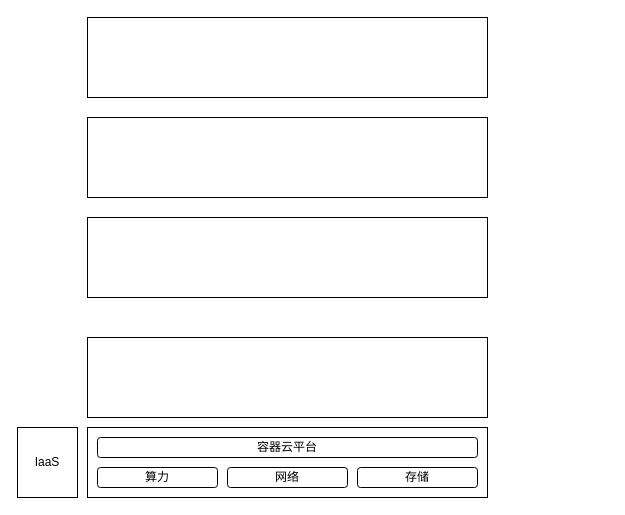
Before: page "第 2 页" (2 of 2) of 大语言模型技术架构.drawio in blackdreamzg/bak, a draw.io diagram. Source tidied: cells renumbered, new cells numbered last; positions are measured from the earlier drawing's top-left corner, leaving out a move shared by most shapes. Both pictures are drawn from the tidied source at 100%, with x=0, y=0 at pixel (17, 17).
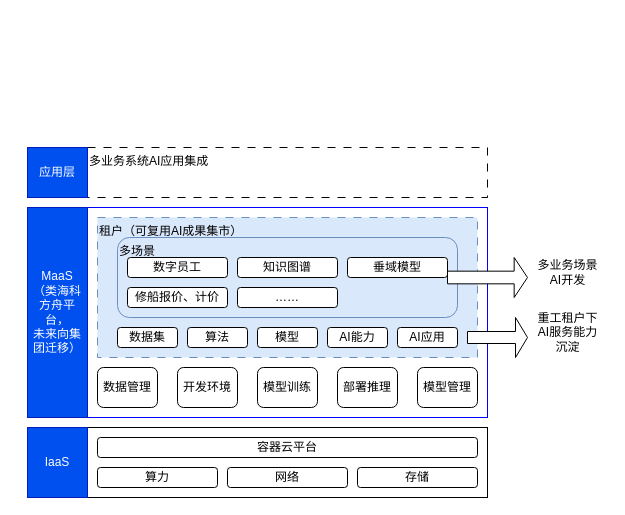
After the change.

Commit message:
更新大语言模型技术架构.drawio

What changed in the source:
```diff
@@
-    <mxCell id="3" style="rounded=0;whiteSpace=wrap;html=1;" parent="1" vertex="1">
-      <mxGeometry x="70" y="320" width="400" height="80" as="geometry" />
+    <mxCell id="3" style="rounded=0;whiteSpace=wrap;html=1;strokeColor=#0000FF;" parent="1" vertex="1">
+      <mxGeometry x="70" y="190" width="400" height="210" as="geometry" />
     </mxCell>
-    <mxCell id="4" style="rounded=0;whiteSpace=wrap;html=1;" parent="1" vertex="1">
-      <mxGeometry x="70" y="200" width="400" height="80" as="geometry" />
+    <mxCell id="4" value="租户（可复用AI成果集市）" style="rounded=0;whiteSpace=wrap;html=1;dashed=1;dashPattern=8 8;verticalAlign=top;align=left;fillColor=#dae8fc;strokeColor=#6c8ebf;" parent="1" vertex="1">
+      <mxGeometry x="80" y="200" width="380" height="140" as="geometry" />
     </mxCell>
-    <mxCell id="5" style="rounded=0;whiteSpace=wrap;html=1;" parent="1" vertex="1">
-      <mxGeometry x="70" y="100" width="400" height="80" as="geometry" />
+    <mxCell id="5" value="多业务系统AI应用集成" style="rounded=0;whiteSpace=wrap;html=1;dashed=1;dashPattern=8 8;align=left;verticalAlign=top;" parent="1" vertex="1">
+      <mxGeometry x="70" y="130" width="400" height="50" as="geometry" />
     </mxCell>
-    <mxCell id="6" style="rounded=0;whiteSpace=wrap;html=1;" parent="1" vertex="1">
-      <mxGeometry x="70" width="400" height="80" as="geometry" />
-    </mxCell>
-    <mxCell id="7" value="IaaS" style="rounded=0;whiteSpace=wrap;html=1;" parent="1" vertex="1">
-      <mxGeometry y="410" width="60" height="70" as="geometry" />
+    <mxCell id="7" value="IaaS" style="rounded=0;whiteSpace=wrap;html=1;fillColor=#0050ef;fontColor=#ffffff;strokeColor=#001DBC;" parent="1" vertex="1">
+      <mxGeometry x="10" y="410" width="60" height="70" as="geometry" />
     </mxCell>
@@
+    <mxCell id="12" value="MaaS&lt;div&gt;&lt;font style=&quot;color: rgb(255, 255, 255);&quot;&gt;（&lt;span style=&quot;text-align: left;&quot;&gt;类海科方舟平台，&lt;br&gt;&lt;/span&gt;&lt;span style=&quot;text-align: left; background-color: transparent;&quot;&gt;未来向集团迁移&lt;/span&gt;）&lt;/font&gt;&lt;/div&gt;" style="rounded=0;whiteSpace=wrap;html=1;fillColor=#0050ef;fontColor=#ffffff;strokeColor=#001DBC;" parent="1" vertex="1">
+      <mxGeometry x="10" y="190" width="60" height="210" as="geometry" />
+    </mxCell>
+    <mxCell id="13" value="数据管理" style="rounded=1;whiteSpace=wrap;html=1;verticalAlign=middle;" parent="1" vertex="1">
+      <mxGeometry x="80" y="350" width="60" height="40" as="geometry" />
+    </mxCell>
+    <mxCell id="14" value="开发环境" style="rounded=1;whiteSpace=wrap;html=1;verticalAlign=middle;" parent="1" vertex="1">
+      <mxGeometry x="160" y="350" width="60" height="40" as="geometry" />
+    </mxCell>
+    <mxCell id="15" value="模型训练" style="rounded=1;whiteSpace=wrap;html=1;verticalAlign=middle;" parent="1" vertex="1">
+      <mxGeometry x="240" y="350" width="60" height="40" as="geometry" />
+    </mxCell>
+    <mxCell id="16" value="部署推理" style="rounded=1;whiteSpace=wrap;html=1;verticalAlign=middle;" parent="1" vertex="1">
+      <mxGeometry x="320" y="350" width="60" height="40" as="geometry" />
+    </mxCell>
+    <mxCell id="17" value="模型管理" style="rounded=1;whiteSpace=wrap;html=1;verticalAlign=middle;" parent="1" vertex="1">
+      <mxGeometry x="400" y="350" width="60" height="40" as="geometry" />
+    </mxCell>
+    <mxCell id="18" value="数据集" style="rounded=1;whiteSpace=wrap;html=1;verticalAlign=middle;" parent="1" vertex="1">
+      <mxGeometry x="100" y="310" width="60" height="20" as="geometry" />
+    </mxCell>
+    <mxCell id="19" value="算法" style="rounded=1;whiteSpace=wrap;html=1;verticalAlign=middle;" parent="1" vertex="1">
+      <mxGeometry x="170" y="310" width="60" height="20" as="geometry" />
+    </mxCell>
+    <mxCell id="20" value="模型" style="rounded=1;whiteSpace=wrap;html=1;verticalAlign=middle;" parent="1" vertex="1">
+      <mxGeometry x="240" y="310" width="60" height="20" as="geometry" />
+    </mxCell>
+    <mxCell id="21" value="AI能力" style="rounded=1;whiteSpace=wrap;html=1;verticalAlign=middle;" parent="1" vertex="1">
+      <mxGeometry x="310" y="310" width="60" height="20" as="geometry" />
+    </mxCell>
+    <mxCell id="22" value="AI应用" style="rounded=1;whiteSpace=wrap;html=1;verticalAlign=middle;" parent="1" vertex="1">
+      <mxGeometry x="380" y="310" width="60" height="20" as="geometry" />
+    </mxCell>
+    <mxCell id="23" value="多场景" style="rounded=1;whiteSpace=wrap;html=1;fillColor=#dae8fc;strokeColor=#6c8ebf;align=left;verticalAlign=top;" parent="1" vertex="1">
+      <mxGeometry x="100" y="220" width="340" height="80" as="geometry" />
+    </mxCell>
+    <mxCell id="24" value="应用层" style="rounded=0;whiteSpace=wrap;html=1;fillColor=#0050ef;fontColor=#ffffff;strokeColor=#001DBC;" parent="1" vertex="1">
+      <mxGeometry x="10" y="130" width="60" height="50" as="geometry" />
+    </mxCell>
+    <mxCell id="25" value="数字员工" style="rounded=1;whiteSpace=wrap;html=1;verticalAlign=middle;" parent="1" vertex="1">
+      <mxGeometry x="110" y="240" width="100" height="20" as="geometry" />
+    </mxCell>
+    <mxCell id="26" value="知识图谱" style="rounded=1;whiteSpace=wrap;html=1;verticalAlign=middle;" parent="1" vertex="1">
+      <mxGeometry x="220" y="240" width="100" height="20" as="geometry" />
+    </mxCell>
+    <mxCell id="27" value="垂域模型" style="rounded=1;whiteSpace=wrap;html=1;verticalAlign=middle;" parent="1" vertex="1">
+      <mxGeometry x="330" y="240" width="100" height="20" as="geometry" />
+    </mxCell>
+    <mxCell id="28" value="……" style="rounded=1;whiteSpace=wrap;html=1;verticalAlign=middle;" parent="1" vertex="1">
+      <mxGeometry x="220" y="270" width="100" height="20" as="geometry" />
+    </mxCell>
+    <mxCell id="29" style="shape=singleArrow;whiteSpace=wrap;html=1;" parent="1" vertex="1">
+      <mxGeometry x="450" y="300" width="60" height="40" as="geometry" />
+    </mxCell>
+    <mxCell id="30" style="shape=singleArrow;whiteSpace=wrap;html=1;arrowWidth=0.3166656494140625;arrowSize=0.16666666666666666;" parent="1" vertex="1">
+      <mxGeometry x="430" y="240" width="80" height="40" as="geometry" />
+    </mxCell>
+    <mxCell id="31" value="重工租户下&lt;div&gt;AI服务能力&lt;/div&gt;&lt;div&gt;沉淀&lt;/div&gt;" style="text;html=1;align=center;verticalAlign=middle;strokeColor=none;fillColor=none;" parent="1" vertex="1">
+      <mxGeometry x="510" y="285" width="80" height="60" as="geometry" />
+    </mxCell>
+    <mxCell id="32" value="多业务场景&lt;div&gt;AI开发&lt;/div&gt;" style="text;html=1;align=center;verticalAlign=middle;strokeColor=none;fillColor=none;" parent="1" vertex="1">
+      <mxGeometry x="510" y="235" width="80" height="40" as="geometry" />
+    </mxCell>
+    <mxCell id="33" value="修船报价、计价" style="rounded=1;whiteSpace=wrap;html=1;verticalAlign=middle;" parent="1" vertex="1">
+      <mxGeometry x="110" y="270" width="100" height="20" as="geometry" />
+    </mxCell>
```
